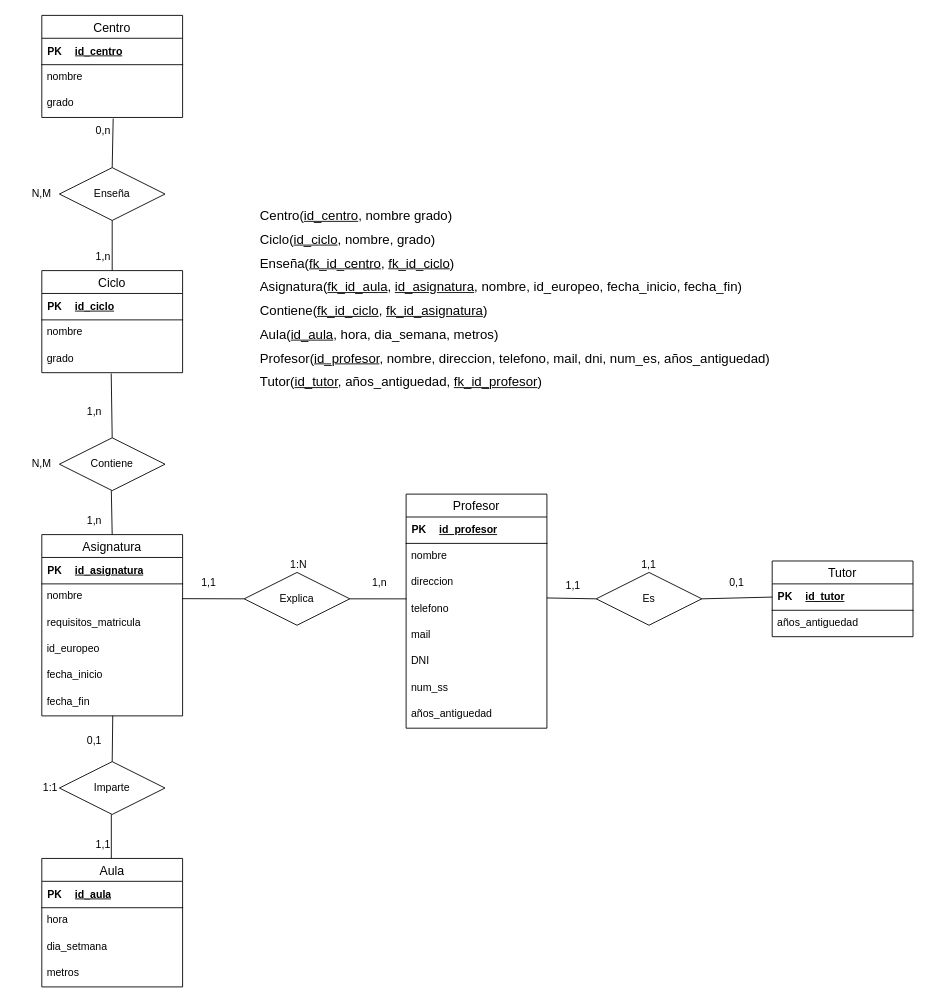
Above: Ejercicio17.drawio in Daninuro/diagrames-cvf-dn-mpl-n-11102023 (draw.io), before the change. Source tidied: cells renumbered, new cells numbered last; positions are measured from the earlier drawing's top-left corner, leaving out a move shared by most shapes. Both pictures are drawn from the tidied source at 88%, with x=0, y=0 at pixel (15, 15).
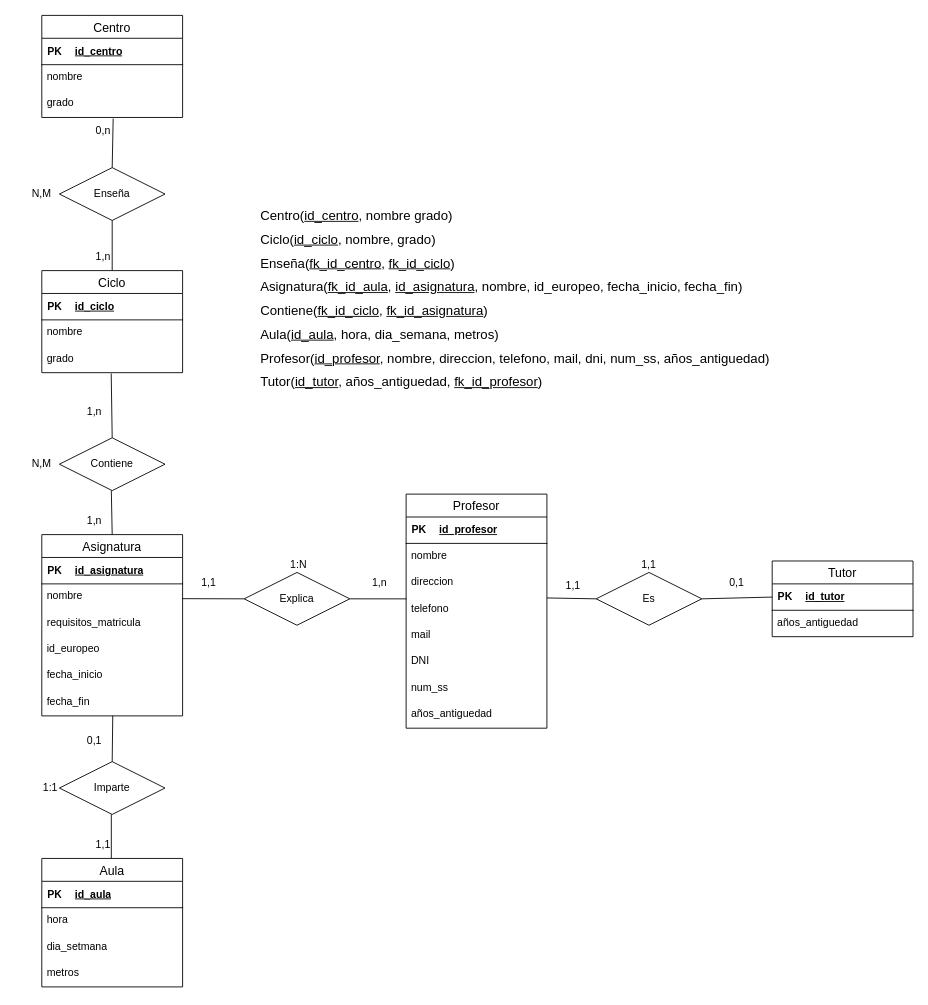
After the change.

Diff of the diagram source:
```diff
@@
-    <mxCell id="82" value="&lt;div style=&quot;text-align: justify; line-height: 180%; font-size: 15px;&quot;&gt;&lt;span style=&quot;background-color: initial;&quot;&gt;&lt;font style=&quot;font-size: 15px;&quot;&gt;Centro(&lt;u style=&quot;&quot;&gt;id_centro&lt;/u&gt;, nombre grado)&lt;/font&gt;&lt;/span&gt;&lt;/div&gt;&lt;font style=&quot;font-size: 15px;&quot;&gt;&lt;div style=&quot;text-align: justify; line-height: 180%;&quot;&gt;&lt;span style=&quot;background-color: initial;&quot;&gt;Ciclo(&lt;u&gt;id_ciclo&lt;/u&gt;, nombre, grado)&lt;/span&gt;&lt;/div&gt;&lt;div style=&quot;text-align: justify; line-height: 180%;&quot;&gt;&lt;span style=&quot;background-color: initial;&quot;&gt;Enseña(&lt;u&gt;fk_id_centro&lt;/u&gt;, &lt;u&gt;fk_id_ciclo&lt;/u&gt;)&lt;/span&gt;&lt;/div&gt;&lt;div style=&quot;text-align: justify; line-height: 180%;&quot;&gt;&lt;span style=&quot;background-color: initial;&quot;&gt;Asignatura(&lt;u&gt;fk_id_aula&lt;/u&gt;,&amp;nbsp;&lt;u&gt;id_asignatura&lt;/u&gt;, nombre, id_europeo, fecha_inicio, fecha_fin)&lt;/span&gt;&lt;/div&gt;&lt;div style=&quot;text-align: justify; line-height: 180%;&quot;&gt;Contiene(&lt;u style=&quot;border-color: var(--border-color);&quot;&gt;fk_id_ciclo&lt;/u&gt;,&amp;nbsp;&lt;u style=&quot;border-color: var(--border-color);&quot;&gt;fk_id_asignatura&lt;/u&gt;)&lt;span style=&quot;background-color: initial;&quot;&gt;&lt;br&gt;&lt;/span&gt;&lt;/div&gt;&lt;div style=&quot;text-align: justify; line-height: 180%;&quot;&gt;&lt;span style=&quot;background-color: initial;&quot;&gt;Aula(&lt;u&gt;id_aula&lt;/u&gt;, hora, dia_semana, metros)&lt;/span&gt;&lt;/div&gt;&lt;div style=&quot;text-align: justify; line-height: 180%;&quot;&gt;&lt;span style=&quot;background-color: initial;&quot;&gt;Profesor(&lt;u&gt;id_profesor&lt;/u&gt;, nombre, direccion, telefono, mail, dni, num_es, años_antiguedad)&lt;/span&gt;&lt;/div&gt;&lt;div style=&quot;text-align: justify; line-height: 180%;&quot;&gt;&lt;span style=&quot;background-color: initial;&quot;&gt;Tutor(&lt;u style=&quot;&quot;&gt;id_tutor&lt;/u&gt;, años_antiguedad, &lt;u style=&quot;&quot;&gt;fk_id_profesor&lt;/u&gt;)&lt;/span&gt;&lt;/div&gt;&lt;/font&gt;" style="text;html=1;strokeColor=none;fillColor=none;align=center;verticalAlign=middle;whiteSpace=wrap;rounded=0;" parent="1" vertex="1">
+    <mxCell id="82" value="&lt;div style=&quot;text-align: justify; line-height: 180%; font-size: 15px;&quot;&gt;&lt;span style=&quot;background-color: initial; --darkreader-inline-bgcolor: initial;&quot;&gt;&lt;font style=&quot;font-size: 15px;&quot;&gt;Centro(&lt;u style=&quot;&quot;&gt;id_centro&lt;/u&gt;, nombre grado)&lt;/font&gt;&lt;/span&gt;&lt;/div&gt;&lt;font style=&quot;font-size: 15px;&quot;&gt;&lt;div style=&quot;text-align: justify; line-height: 180%;&quot;&gt;&lt;span style=&quot;background-color: initial; --darkreader-inline-bgcolor: initial;&quot;&gt;Ciclo(&lt;u&gt;id_ciclo&lt;/u&gt;, nombre, grado)&lt;/span&gt;&lt;/div&gt;&lt;div style=&quot;text-align: justify; line-height: 180%;&quot;&gt;&lt;span style=&quot;background-color: initial; --darkreader-inline-bgcolor: initial;&quot;&gt;Enseña(&lt;u&gt;fk_id_centro&lt;/u&gt;, &lt;u&gt;fk_id_ciclo&lt;/u&gt;)&lt;/span&gt;&lt;/div&gt;&lt;div style=&quot;text-align: justify; line-height: 180%;&quot;&gt;&lt;span style=&quot;background-color: initial; --darkreader-inline-bgcolor: initial;&quot;&gt;Asignatura(&lt;u&gt;fk_id_aula&lt;/u&gt;,&amp;nbsp;&lt;u&gt;id_asignatura&lt;/u&gt;, nombre, id_europeo, fecha_inicio, fecha_fin)&lt;/span&gt;&lt;/div&gt;&lt;div style=&quot;text-align: justify; line-height: 180%;&quot;&gt;Contiene(&lt;u style=&quot;border-color: var(--border-color); --darkreader-inline-border: var(--darkreader-border--border-color);&quot;&gt;fk_id_ciclo&lt;/u&gt;,&amp;nbsp;&lt;u style=&quot;border-color: var(--border-color); --darkreader-inline-border: var(--darkreader-border--border-color);&quot;&gt;fk_id_asignatura&lt;/u&gt;)&lt;span style=&quot;background-color: initial; --darkreader-inline-bgcolor: initial;&quot;&gt;&lt;br&gt;&lt;/span&gt;&lt;/div&gt;&lt;div style=&quot;text-align: justify; line-height: 180%;&quot;&gt;&lt;span style=&quot;background-color: initial; --darkreader-inline-bgcolor: initial;&quot;&gt;Aula(&lt;u&gt;id_aula&lt;/u&gt;, hora, dia_semana, metros)&lt;/span&gt;&lt;/div&gt;&lt;div style=&quot;text-align: justify; line-height: 180%;&quot;&gt;&lt;span style=&quot;background-color: initial; --darkreader-inline-bgcolor: initial;&quot;&gt;Profesor(&lt;u&gt;id_profesor&lt;/u&gt;, nombre, direccion, telefono, mail, dni, num_ss, años_antiguedad)&lt;/span&gt;&lt;/div&gt;&lt;div style=&quot;text-align: justify; line-height: 180%;&quot;&gt;&lt;span style=&quot;background-color: initial; --darkreader-inline-bgcolor: initial;&quot;&gt;Tutor(&lt;u style=&quot;&quot;&gt;id_tutor&lt;/u&gt;, años_antiguedad, &lt;u style=&quot;&quot;&gt;fk_id_profesor&lt;/u&gt;)&lt;/span&gt;&lt;/div&gt;&lt;/font&gt;" style="text;html=1;strokeColor=none;fillColor=none;align=center;verticalAlign=middle;whiteSpace=wrap;rounded=0;" parent="1" vertex="1">
       <mxGeometry x="260" y="206" width="616" height="230" as="geometry" />
     </mxCell>
```
